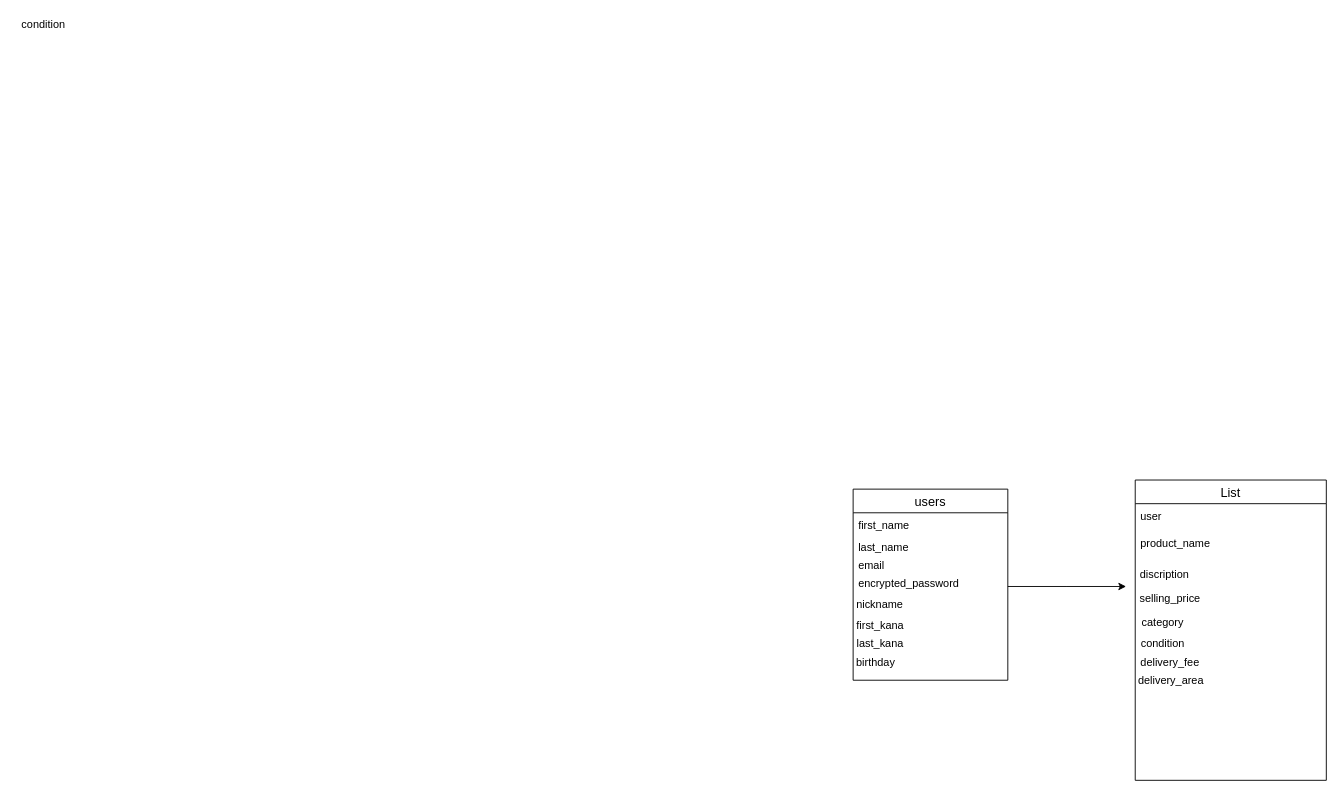
Before: ER.dio in nittamatama/furima-32900, a draw.io diagram. Source tidied: cells renumbered, new cells numbered last; positions are measured from the earlier drawing's top-left corner, leaving out a move shared by most shapes. Both pictures are drawn from the tidied source at 91%, with x=0, y=0 at pixel (15, 15).
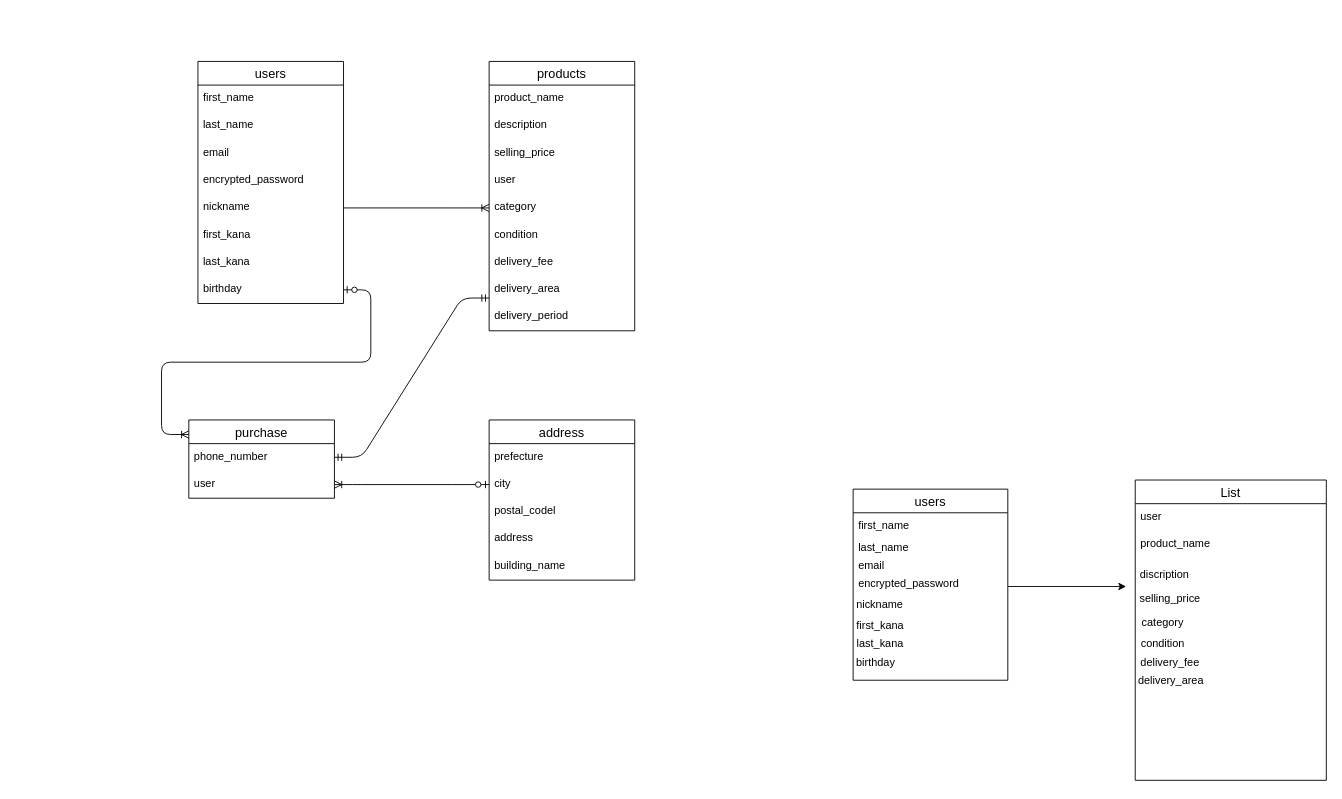
After the change.

Diff of the diagram source:
```diff
@@
-    <mxCell id="12" value="condition" style="text;html=1;align=center;verticalAlign=middle;" parent="1" vertex="1">
-      <mxGeometry width="60" height="20" as="geometry" />
-    </mxCell>
@@
+    <mxCell id="22" value="users" style="swimlane;fontStyle=0;horizontal=1;startSize=26;align=center;fontSize=14;direction=east;" parent="1" vertex="1">
+      <mxGeometry x="200" y="50" width="160" height="266" as="geometry" />
+    </mxCell>
+    <mxCell id="23" value="first_name" style="text;strokeColor=none;fillColor=none;spacingLeft=4;spacingRight=4;overflow=hidden;fontSize=12;" parent="22" vertex="1">
+      <mxGeometry y="26" width="160" height="30" as="geometry" />
+    </mxCell>
+    <mxCell id="24" value="last_name" style="text;strokeColor=none;fillColor=none;spacingLeft=4;spacingRight=4;overflow=hidden;fontSize=12;" parent="22" vertex="1">
+      <mxGeometry y="56" width="160" height="30" as="geometry" />
+    </mxCell>
+    <mxCell id="25" value="email" style="text;strokeColor=none;fillColor=none;spacingLeft=4;spacingRight=4;overflow=hidden;fontSize=12;" parent="22" vertex="1">
+      <mxGeometry y="86" width="160" height="30" as="geometry" />
+    </mxCell>
+    <mxCell id="26" value="encrypted_password" style="text;strokeColor=none;fillColor=none;spacingLeft=4;spacingRight=4;overflow=hidden;fontSize=12;" parent="22" vertex="1">
+      <mxGeometry y="116" width="160" height="30" as="geometry" />
+    </mxCell>
+    <mxCell id="27" value="nickname" style="text;strokeColor=none;fillColor=none;spacingLeft=4;spacingRight=4;overflow=hidden;points=[[0,0.5],[1,0.5]];portConstraint=eastwest;fontSize=12;" parent="22" vertex="1">
+      <mxGeometry y="146" width="160" height="30" as="geometry" />
+    </mxCell>
+    <mxCell id="28" value="first_kana" style="text;strokeColor=none;fillColor=none;spacingLeft=4;spacingRight=4;overflow=hidden;fontSize=12;" parent="22" vertex="1">
+      <mxGeometry y="176" width="160" height="30" as="geometry" />
+    </mxCell>
+    <mxCell id="29" value="last_kana" style="text;strokeColor=none;fillColor=none;spacingLeft=4;spacingRight=4;overflow=hidden;fontSize=12;" parent="22" vertex="1">
+      <mxGeometry y="206" width="160" height="30" as="geometry" />
+    </mxCell>
+    <mxCell id="30" value="birthday" style="text;strokeColor=none;fillColor=none;spacingLeft=4;spacingRight=4;overflow=hidden;points=[[0,0.5],[1,0.5]];portConstraint=eastwest;fontSize=12;" parent="22" vertex="1">
+      <mxGeometry y="236" width="160" height="30" as="geometry" />
+    </mxCell>
+    <mxCell id="31" value="products" style="swimlane;fontStyle=0;horizontal=1;startSize=26;align=center;fontSize=14;" parent="1" vertex="1">
+      <mxGeometry x="520" y="50" width="160" height="296" as="geometry" />
+    </mxCell>
+    <mxCell id="32" value="product_name" style="text;strokeColor=none;fillColor=none;spacingLeft=4;spacingRight=4;overflow=hidden;fontSize=12;" parent="31" vertex="1">
+      <mxGeometry y="26" width="160" height="30" as="geometry" />
+    </mxCell>
+    <mxCell id="33" value="description" style="text;strokeColor=none;fillColor=none;spacingLeft=4;spacingRight=4;overflow=hidden;fontSize=12;" parent="31" vertex="1">
+      <mxGeometry y="56" width="160" height="30" as="geometry" />
+    </mxCell>
+    <mxCell id="34" value="selling_price" style="text;strokeColor=none;fillColor=none;spacingLeft=4;spacingRight=4;overflow=hidden;fontSize=12;" parent="31" vertex="1">
+      <mxGeometry y="86" width="160" height="30" as="geometry" />
+    </mxCell>
+    <mxCell id="35" value="user" style="text;strokeColor=none;fillColor=none;spacingLeft=4;spacingRight=4;overflow=hidden;fontSize=12;" parent="31" vertex="1">
+      <mxGeometry y="116" width="160" height="30" as="geometry" />
+    </mxCell>
+    <mxCell id="36" value="category" style="text;strokeColor=none;fillColor=none;spacingLeft=4;spacingRight=4;overflow=hidden;points=[[0,0.5],[1,0.5]];portConstraint=eastwest;fontSize=12;" parent="31" vertex="1">
+      <mxGeometry y="146" width="160" height="30" as="geometry" />
+    </mxCell>
+    <mxCell id="12" value="condition" style="text;strokeColor=none;fillColor=none;spacingLeft=4;spacingRight=4;overflow=hidden;fontSize=12;" parent="31" vertex="1">
+      <mxGeometry y="176" width="160" height="30" as="geometry" />
+    </mxCell>
+    <mxCell id="37" value="delivery_fee" style="text;strokeColor=none;fillColor=none;spacingLeft=4;spacingRight=4;overflow=hidden;fontSize=12;" parent="31" vertex="1">
+      <mxGeometry y="206" width="160" height="30" as="geometry" />
+    </mxCell>
+    <mxCell id="38" value="delivery_area" style="text;strokeColor=none;fillColor=none;spacingLeft=4;spacingRight=4;overflow=hidden;fontSize=12;" parent="31" vertex="1">
+      <mxGeometry y="236" width="160" height="30" as="geometry" />
+    </mxCell>
+    <mxCell id="39" value="delivery_period" style="text;strokeColor=none;fillColor=none;spacingLeft=4;spacingRight=4;overflow=hidden;fontSize=12;" parent="31" vertex="1">
+      <mxGeometry y="266" width="160" height="30" as="geometry" />
+    </mxCell>
+    <mxCell id="40" value="purchase" style="swimlane;fontStyle=0;horizontal=1;startSize=26;align=center;fontSize=14;" parent="1" vertex="1">
+      <mxGeometry x="190" y="444" width="160" height="86" as="geometry" />
+    </mxCell>
+    <mxCell id="41" value="phone_number" style="text;strokeColor=none;fillColor=none;spacingLeft=4;spacingRight=4;overflow=hidden;fontSize=12;" parent="40" vertex="1">
+      <mxGeometry y="26" width="160" height="30" as="geometry" />
+    </mxCell>
+    <mxCell id="42" value="user" style="text;strokeColor=none;fillColor=none;spacingLeft=4;spacingRight=4;overflow=hidden;points=[[0,0.5],[1,0.5]];portConstraint=eastwest;fontSize=12;" parent="40" vertex="1">
+      <mxGeometry y="56" width="160" height="30" as="geometry" />
+    </mxCell>
+    <mxCell id="43" style="edgeStyle=entityRelationEdgeStyle;fontSize=12;html=1;endArrow=ERoneToMany;entryX=0;entryY=0.5;entryDx=0;entryDy=0;exitX=1;exitY=0.5;exitDx=0;exitDy=0;" parent="1" edge="1" source="27" target="36">
+      <mxGeometry relative="1" as="geometry" />
+    </mxCell>
+    <mxCell id="44" style="edgeStyle=entityRelationEdgeStyle;fontSize=12;html=1;endArrow=ERmandOne;startArrow=ERmandOne;exitX=1;exitY=0.5;exitDx=0;exitDy=0;" parent="1" edge="1">
+      <mxGeometry relative="1" as="geometry">
+        <mxPoint x="350" y="485" as="sourcePoint" />
+        <mxPoint x="520" y="310" as="targetPoint" />
+      </mxGeometry>
+    </mxCell>
+    <mxCell id="45" value="address" style="swimlane;fontStyle=0;horizontal=1;startSize=26;align=center;fontSize=14;" parent="1" vertex="1">
+      <mxGeometry x="520" y="444" width="160" height="176" as="geometry" />
+    </mxCell>
+    <mxCell id="46" value="prefecture" style="text;strokeColor=none;fillColor=none;spacingLeft=4;spacingRight=4;overflow=hidden;fontSize=12;" parent="45" vertex="1">
+      <mxGeometry y="26" width="160" height="30" as="geometry" />
+    </mxCell>
+    <mxCell id="47" value="city" style="text;strokeColor=none;fillColor=none;spacingLeft=4;spacingRight=4;overflow=hidden;points=[[0,0.5],[1,0.5]];portConstraint=eastwest;fontSize=12;" parent="45" vertex="1">
+      <mxGeometry y="56" width="160" height="30" as="geometry" />
+    </mxCell>
+    <mxCell id="48" value="postal_codel" style="text;strokeColor=none;fillColor=none;spacingLeft=4;spacingRight=4;overflow=hidden;fontSize=12;" parent="45" vertex="1">
+      <mxGeometry y="86" width="160" height="30" as="geometry" />
+    </mxCell>
+    <mxCell id="49" value="address" style="text;strokeColor=none;fillColor=none;spacingLeft=4;spacingRight=4;overflow=hidden;fontSize=12;" parent="45" vertex="1">
+      <mxGeometry y="116" width="160" height="30" as="geometry" />
+    </mxCell>
+    <mxCell id="50" value="building_name" style="text;strokeColor=none;fillColor=none;spacingLeft=4;spacingRight=4;overflow=hidden;fontSize=12;" parent="45" vertex="1">
+      <mxGeometry y="146" width="160" height="30" as="geometry" />
+    </mxCell>
+    <mxCell id="51" style="edgeStyle=entityRelationEdgeStyle;fontSize=12;html=1;endArrow=ERoneToMany;startArrow=ERzeroToOne;exitX=1;exitY=0.5;exitDx=0;exitDy=0;" parent="1" edge="1" source="30">
+      <mxGeometry relative="1" as="geometry">
+        <mxPoint x="190" y="460" as="targetPoint" />
+      </mxGeometry>
+    </mxCell>
+    <mxCell id="52" style="edgeStyle=entityRelationEdgeStyle;fontSize=12;html=1;endArrow=ERoneToMany;startArrow=ERzeroToOne;entryX=1;entryY=0.5;entryDx=0;entryDy=0;exitX=0;exitY=0.5;exitDx=0;exitDy=0;" parent="1" edge="1" source="47" target="42">
+      <mxGeometry relative="1" as="geometry" />
+    </mxCell>
```
